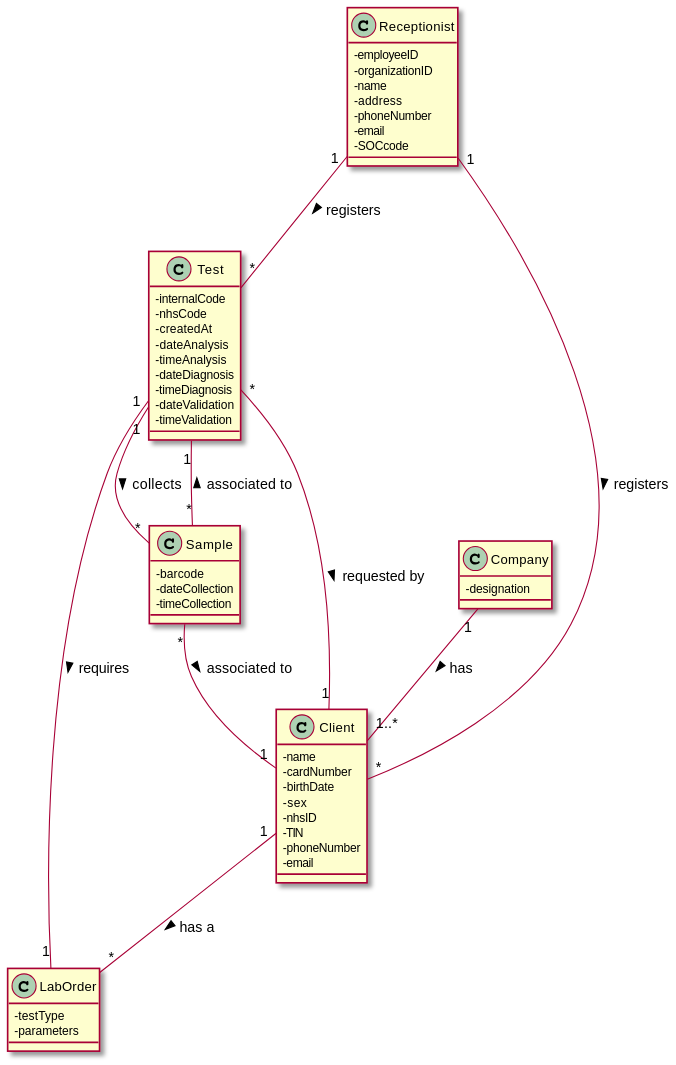
The PlantUML diagram docs/SprintB/US3/US3_DM.svg in MadDinosaur/ISEP-LAPR2, before a commit.
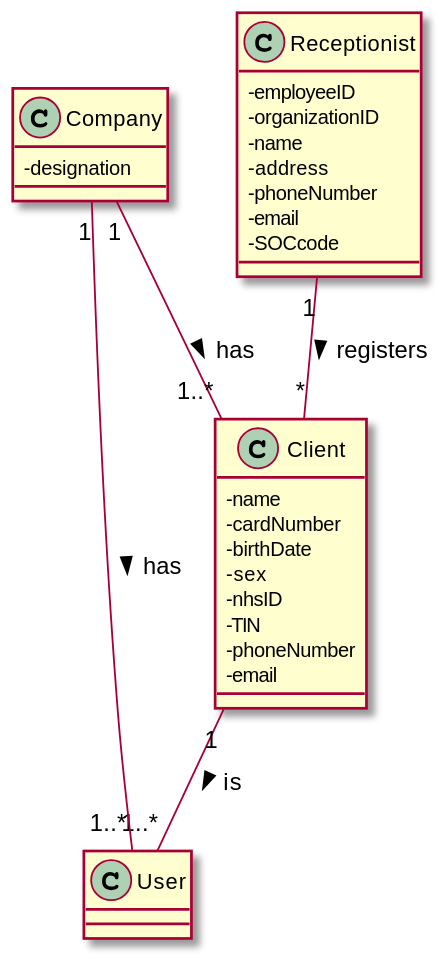
After the commit.

What changed in the source:
```diff
@@ -21,40 +21,14 @@
 -email
 -SOCcode
 }
-class LabOrder {
--testType
--parameters
-}
-class Test {
--internalCode
--nhsCode
--createdAt
--dateAnalysis
--timeAnalysis
--dateDiagnosis
--timeDiagnosis
--dateValidation
--timeValidation
-}
-class Sample {
--barcode
--dateCollection
--timeCollection
-}
+
 class Company{
 -designation
 }
 
-Client "1"--"*" LabOrder : has a >
 Receptionist "1"--"*" Client : registers >
-Sample "*"--"1" Client : associated to >
-Test "*"--"1" Client : requested by >
-Receptionist "1"--"*" Test : registers >
-Sample "*"--"1" Test : associated to >
-Test "1"--"*" Sample : collects >
-Test "1"--"1" LabOrder : requires >
 Company "1"--"1..*" Client : has >
-
-
+Client "1"--"1..*" User : is >
+Company "1"--"1..*" User : has >
 
 @enduml
```
